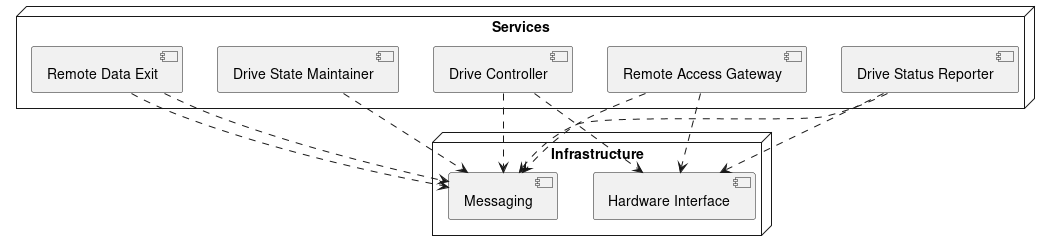
This is design/components.png from The-Arkitekt/the-robot, a PlantUML export, as it was before one commit.
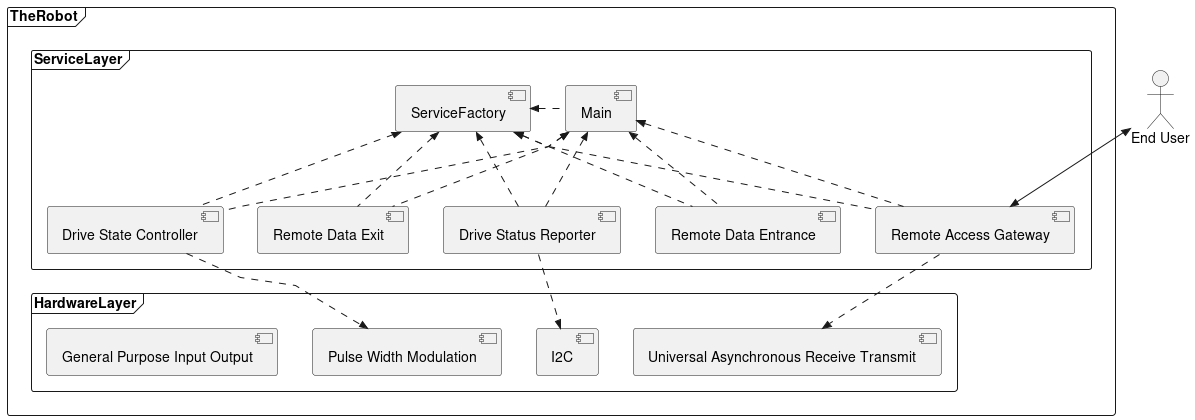
The same diagram one commit later.

Change to the diagram source:
```diff
@@ -1,29 +1,44 @@
 @startuml
+skinparam linetype polyline
 
-node "Services" {
-  [Remote Access Gateway]    as RAG
-  [Remote Data Entrance]     as RDE
-  [Drive Status Reporter]    as DSR
-  [Drive State Maintainer]   as DSM
-  [Drive Controller]         as DC
-  [Remote Data Exit]         as RDE
+actor "End User" as EU
+
+frame TheRobot {
+  frame ServiceLayer {
+    component "Main" as M
+    component "ServiceFactory" as SF
+    component "Remote Access Gateway" as RAG
+    component "Remote Data Entrance" as RDEN
+    component "Drive Status Reporter" as DSR
+    component "Drive State Controller" as DSC
+    component "Remote Data Exit" as RDEX
+  }
+
+  frame HardwareLayer {
+    component "General Purpose Input Output" as GPIO
+    component "Pulse Width Modulation" as PWM
+    component "Universal Asynchronous Receive Transmit" as UART
+    component "I2C" as I2C
+  }
 }
 
-node "Infrastructure" {
-  [Messaging] as MSG
-  [Hardware Interface] as HI
-}
+EU <<-down->> RAG
 
-RAG .down.> MSG
-RDE .down.> MSG
-DSR .down.> MSG
-DSM .down.> MSG
-DC  .down.> MSG
-RDE .down.> MSG
+M .left.>> SF
 
-RAG .down.> HI
-DSR .down.> HI
-DC  .down.> HI
+RAG  .up.>> M
+RAG  .up.>> SF
+RDEN .up.>> M
+RDEN .up.>> SF
+DSR  .up.>> M
+DSR  .up.>> SF
+DSC  .up.>> M
+DSC  .up.>> SF
+RDEX .up.>> M
+RDEX .up.>> SF
 
+RAG .down.>> UART
+DSR .down.>> I2C
+DSC .down.>> PWM
 
 @enduml
```
